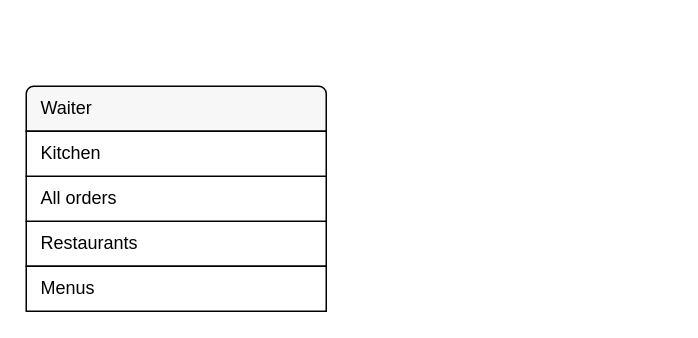
letrthang/design keeps this draw.io diagram as page "Restaurant" (1 of 2) of restaurant_order.drawio. Above is the earlier version. Source tidied: cells renumbered, new cells numbered last; positions are measured from the earlier drawing's top-left corner, leaving out a move shared by most shapes. Both pictures are drawn from the tidied source at 150%, with x=0, y=0 at pixel (26, 86).
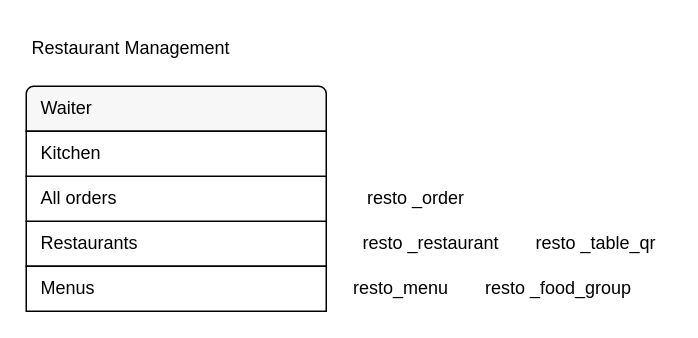
The same page after the edit.

Change to the diagram source:
```diff
@@
 <mxGraphModel>
   <root>
     <mxCell id="0" />
     <mxCell id="1" parent="0" />
     <mxCell id="2" value="Restaurants" style="strokeColor=inherit;fillColor=inherit;gradientColor=inherit;fontColor=inherit;html=1;shadow=0;dashed=0;perimeter=none;whiteSpace=wrap;align=left;spacing=10;" parent="1" vertex="1">
       <mxGeometry y="90" width="200" height="30" as="geometry" />
     </mxCell>
     <mxCell id="3" value="Menus" style="strokeColor=inherit;fillColor=inherit;gradientColor=inherit;fontColor=inherit;html=1;shadow=0;dashed=0;perimeter=none;whiteSpace=wrap;align=left;spacing=10;" parent="1" vertex="1">
       <mxGeometry y="120" width="200" height="30" as="geometry" />
     </mxCell>
     <mxCell id="4" value="Waiter" style="html=1;shadow=0;dashed=0;shape=mxgraph.bootstrap.topButton;strokeColor=inherit;fillColor=#F7F7F7;rSize=5;perimeter=none;whiteSpace=wrap;align=left;spacing=10;" parent="1" vertex="1">
       <mxGeometry width="200" height="30" as="geometry" />
     </mxCell>
     <mxCell id="5" value="All orders" style="strokeColor=inherit;fillColor=inherit;gradientColor=inherit;fontColor=inherit;html=1;shadow=0;dashed=0;perimeter=none;whiteSpace=wrap;align=left;spacing=10;" parent="1" vertex="1">
       <mxGeometry y="60" width="200" height="30" as="geometry" />
     </mxCell>
     <mxCell id="6" value="Kitchen" style="strokeColor=inherit;fillColor=inherit;gradientColor=inherit;fontColor=inherit;html=1;shadow=0;dashed=0;perimeter=none;whiteSpace=wrap;align=left;spacing=10;" parent="1" vertex="1">
       <mxGeometry y="30" width="200" height="30" as="geometry" />
     </mxCell>
+    <mxCell id="7" value="resto_menu" style="text;html=1;strokeColor=none;fillColor=none;align=center;verticalAlign=middle;whiteSpace=wrap;rounded=0;" parent="1" vertex="1">
+      <mxGeometry x="220" y="120" width="60" height="30" as="geometry" />
+    </mxCell>
+    <mxCell id="8" value="resto _food_group" style="text;html=1;strokeColor=none;fillColor=none;align=center;verticalAlign=middle;whiteSpace=wrap;rounded=0;" parent="1" vertex="1">
+      <mxGeometry x="280" y="120" width="150" height="30" as="geometry" />
+    </mxCell>
+    <mxCell id="9" value="resto _restaurant" style="text;html=1;strokeColor=none;fillColor=none;align=center;verticalAlign=middle;whiteSpace=wrap;rounded=0;" parent="1" vertex="1">
+      <mxGeometry x="220" y="90" width="100" height="30" as="geometry" />
+    </mxCell>
+    <mxCell id="10" value="resto _table_qr" style="text;html=1;strokeColor=none;fillColor=none;align=center;verticalAlign=middle;whiteSpace=wrap;rounded=0;" parent="1" vertex="1">
+      <mxGeometry x="330" y="90" width="100" height="30" as="geometry" />
+    </mxCell>
+    <mxCell id="11" value="resto _order" style="text;html=1;strokeColor=none;fillColor=none;align=center;verticalAlign=middle;whiteSpace=wrap;rounded=0;" parent="1" vertex="1">
+      <mxGeometry x="210" y="60" width="100" height="30" as="geometry" />
+    </mxCell>
+    <mxCell id="12" value="Restaurant Management" style="text;html=1;strokeColor=none;fillColor=none;align=center;verticalAlign=middle;whiteSpace=wrap;rounded=0;" parent="1" vertex="1">
+      <mxGeometry y="-40" width="140" height="30" as="geometry" />
+    </mxCell>
   </root>
 </mxGraphModel>
```
